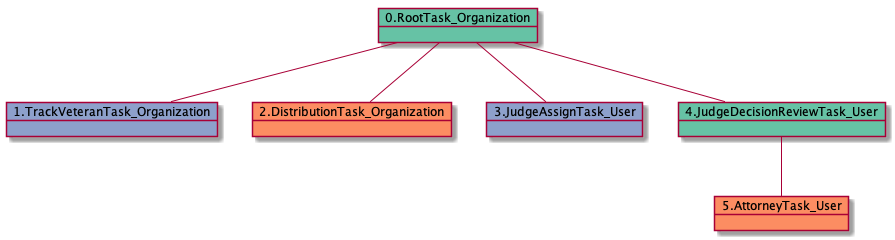
Before: docs-DR/uml/RTO.TVTO.DTO.JATU.JDRTU.ATU-40595.png, a diagram exported from PlantUML (yoomlam/graphing). Source of this version:
```plantuml
@startuml
object 0.RootTask_Organization #66c2a5
object 1.TrackVeteranTask_Organization #8da0cb
object 2.DistributionTask_Organization #fc8d62
object 3.JudgeAssignTask_User #8da0cb
object 4.JudgeDecisionReviewTask_User #66c2a5
object 5.AttorneyTask_User #fc8d62
0.RootTask_Organization -- 1.TrackVeteranTask_Organization
0.RootTask_Organization -- 2.DistributionTask_Organization
0.RootTask_Organization -- 3.JudgeAssignTask_User
0.RootTask_Organization -- 4.JudgeDecisionReviewTask_User
4.JudgeDecisionReviewTask_User -- 5.AttorneyTask_User
@enduml
```
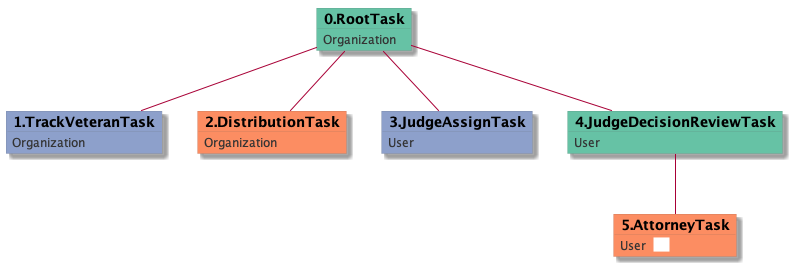
Later version of the same file.

Change to the diagram source:
```diff
@@ -1,13 +1,33 @@
 @startuml
-object 0.RootTask_Organization #66c2a5
-object 1.TrackVeteranTask_Organization #8da0cb
-object 2.DistributionTask_Organization #fc8d62
-object 3.JudgeAssignTask_User #8da0cb
-object 4.JudgeDecisionReviewTask_User #66c2a5
-object 5.AttorneyTask_User #fc8d62
-0.RootTask_Organization -- 1.TrackVeteranTask_Organization
-0.RootTask_Organization -- 2.DistributionTask_Organization
-0.RootTask_Organization -- 3.JudgeAssignTask_User
-0.RootTask_Organization -- 4.JudgeDecisionReviewTask_User
-4.JudgeDecisionReviewTask_User -- 5.AttorneyTask_User
+skinparam {
+  ObjectBorderColor #555
+  ObjectBorderThickness 0
+  ObjectFontStyle bold
+  ObjectFontSize 14
+  ObjectAttributeFontColor #333
+  ObjectAttributeFontSize 12
+}
+  object 0.RootTask #66c2a5 {
+Organization
+}
+  object 1.TrackVeteranTask #8da0cb {
+Organization
+}
+  object 2.DistributionTask #fc8d62 {
+Organization
+}
+  object 3.JudgeAssignTask #8da0cb {
+User
+}
+  object 4.JudgeDecisionReviewTask #66c2a5 {
+User
+}
+  object 5.AttorneyTask #fc8d62 {
+User  <back:white>    </back>
+}
+0.RootTask -- 1.TrackVeteranTask
+0.RootTask -- 2.DistributionTask
+0.RootTask -- 3.JudgeAssignTask
+0.RootTask -- 4.JudgeDecisionReviewTask
+4.JudgeDecisionReviewTask -- 5.AttorneyTask
 @enduml
```
